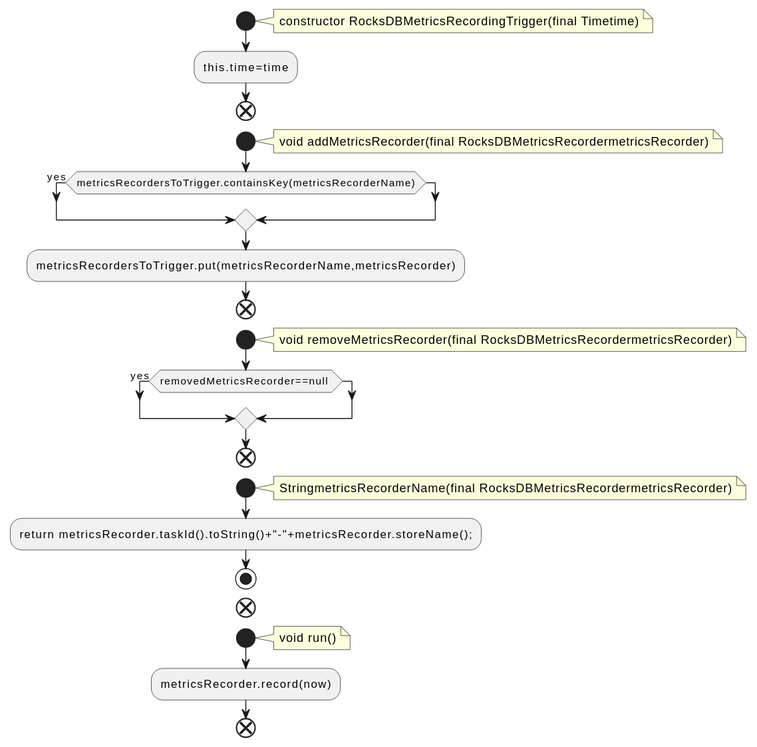
qualitesys/kafka keeps this PlantUML diagram as docs/qc/streams/src/main/java/org/apache/kafka/streams/state/internals/metrics/RocksDBMetricsRecordingTrigger.java.fct.svg. Above is the earlier version.
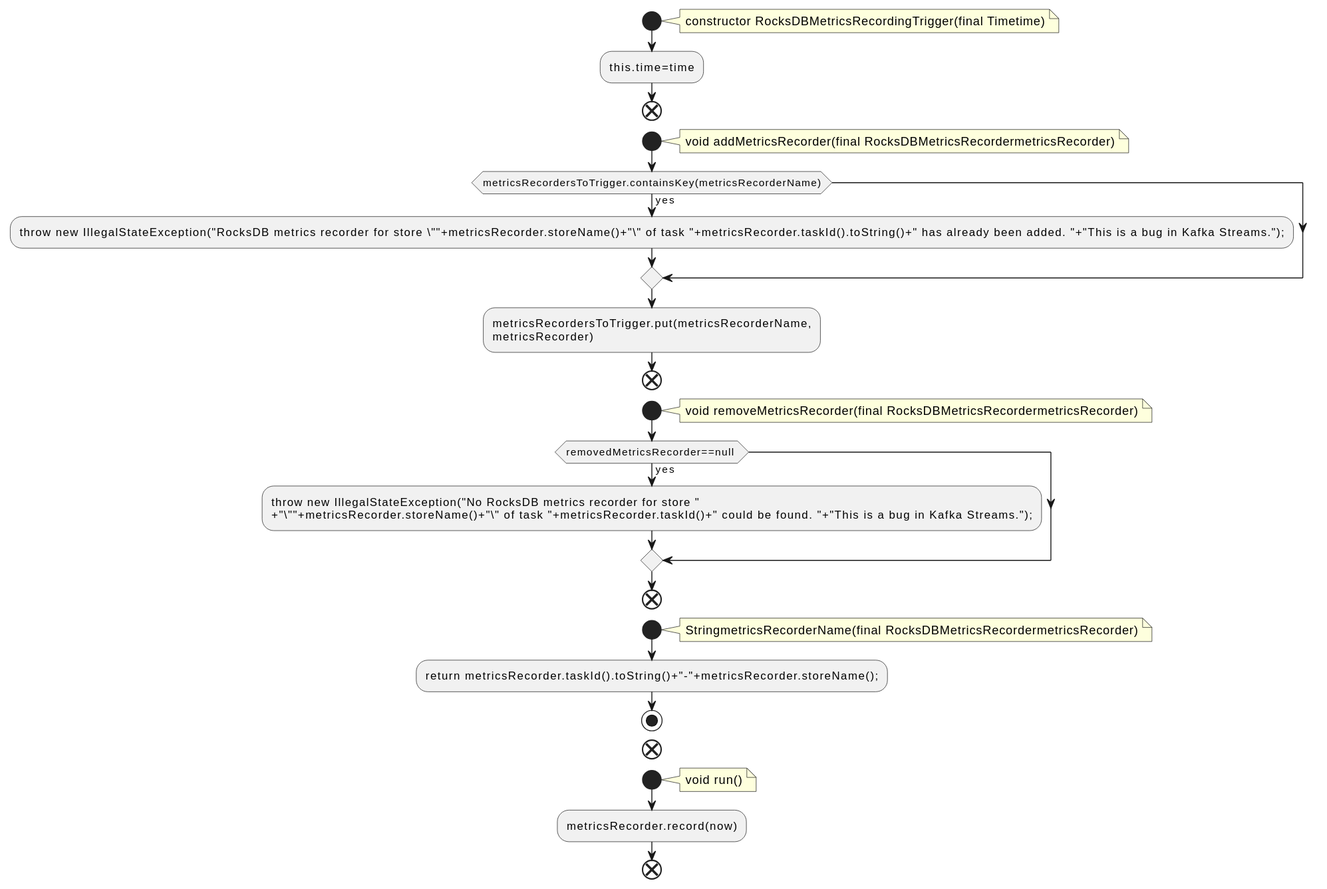
After the change.

What changed in the source:
```diff
@@ -11,14 +11,18 @@
 void addMetricsRecorder(final RocksDBMetricsRecordermetricsRecorder)
 end note
 if (metricsRecordersToTrigger.containsKey(metricsRecorderName)) then (yes)
+:throw new IllegalStateException("RocksDB metrics recorder for store \""+metricsRecorder.storeName()+"\" of task "+metricsRecorder.taskId().toString()+" has already been added. "+"This is a bug in Kafka Streams.");;
 endif
-:metricsRecordersToTrigger.put(metricsRecorderName,metricsRecorder);
+:metricsRecordersToTrigger.put(metricsRecorderName,
+metricsRecorder);
 end
 start
 note right
 void removeMetricsRecorder(final RocksDBMetricsRecordermetricsRecorder)
 end note
 if (removedMetricsRecorder==null ) then (yes)
+:throw new IllegalStateException("No RocksDB metrics recorder for store "
++"\""+metricsRecorder.storeName()+"\" of task "+metricsRecorder.taskId()+" could be found. "+"This is a bug in Kafka Streams.");;
 endif
 end
 start
```
